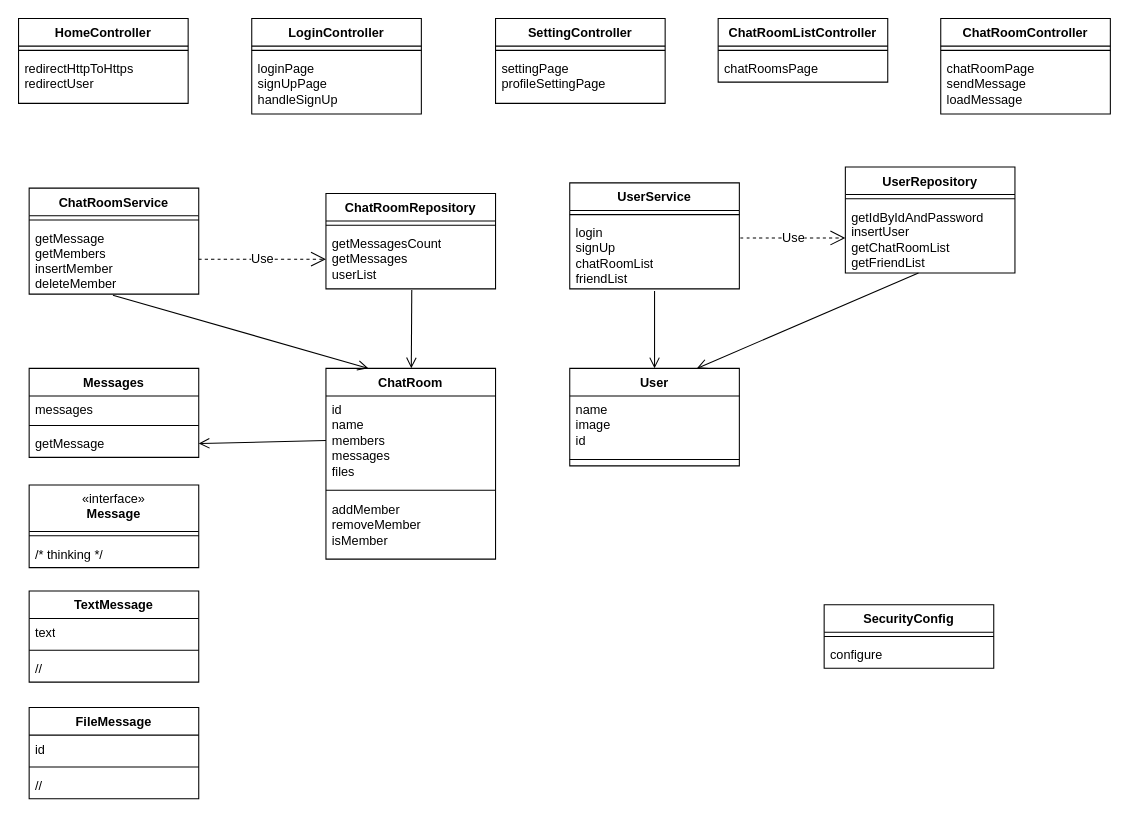
Before: design/diagram.drawio in s576air/webchat, a draw.io diagram. Source tidied: cells renumbered, new cells numbered last; positions are measured from the earlier drawing's top-left corner, leaving out a move shared by most shapes. Both pictures are drawn from the tidied source at 106%, with x=0, y=0 at pixel (18, 18).
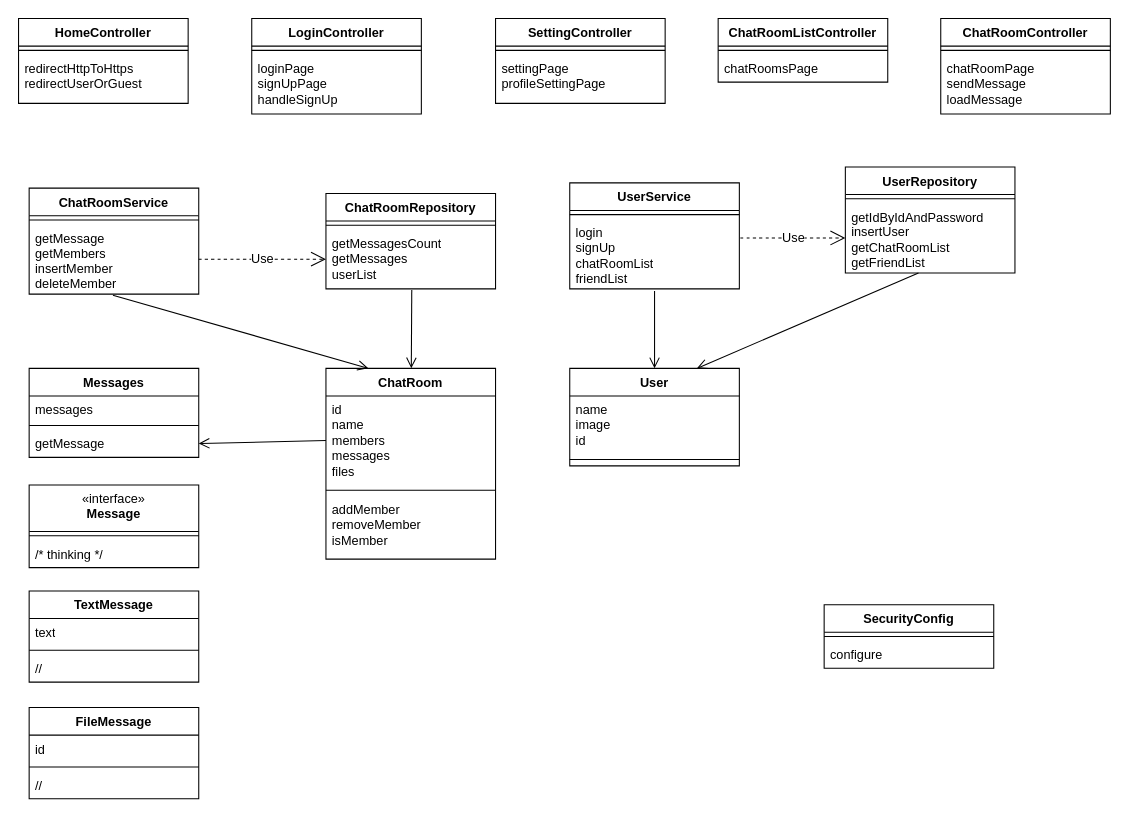
The same page after the edit.

The change refers to these unchanged cells:
```xml
<mxCell id="2" value="HomeController" style="swimlane;fontStyle=1;align=center;verticalAlign=top;horizontal=1;startSize=26;whiteSpace=wrap;html=1;" parent="1" vertex="1">
  <mxGeometry width="160" height="80" as="geometry" />
</mxCell>
```

Diff of the diagram source:
```diff
@@
-    <mxCell id="4" value="redirectHttpToHttps&lt;br style=&quot;padding: 0px; margin: 0px;&quot;&gt;redirectUser" style="text;strokeColor=none;fillColor=none;align=left;verticalAlign=top;spacingLeft=4;spacingRight=4;overflow=hidden;whiteSpace=wrap;html=1;" parent="2" vertex="1">
+    <mxCell id="4" value="redirectHttpToHttps&lt;br style=&quot;padding: 0px; margin: 0px;&quot;&gt;redirectUserOrGuest" style="text;strokeColor=none;fillColor=none;align=left;verticalAlign=top;spacingLeft=4;spacingRight=4;overflow=hidden;whiteSpace=wrap;html=1;" parent="2" vertex="1">
       <mxGeometry y="34" width="160" height="46" as="geometry" />
     </mxCell>
```
